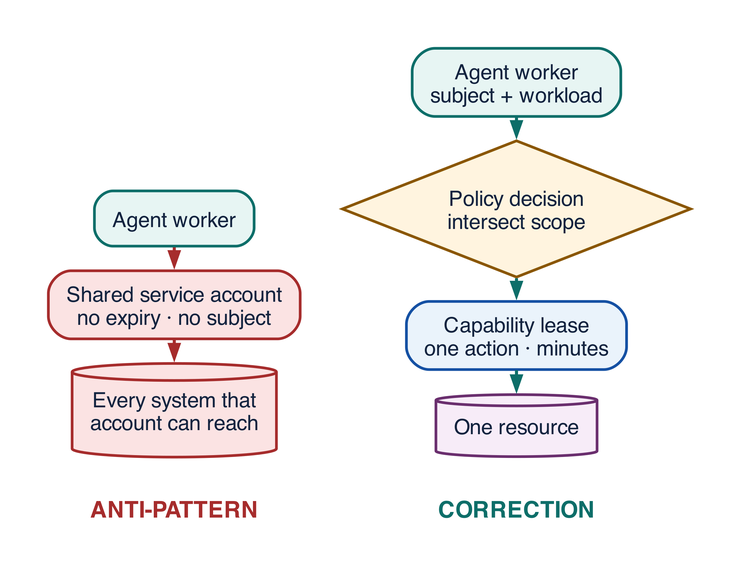
Above: assets/diagrams/anti-ambient-authority.png in rrahimi-uci/building-enterprise-general-intelligence (Graphviz), before the change. Its source is kept beside it as assets/diagrams/src/anti-ambient-authority.gv.
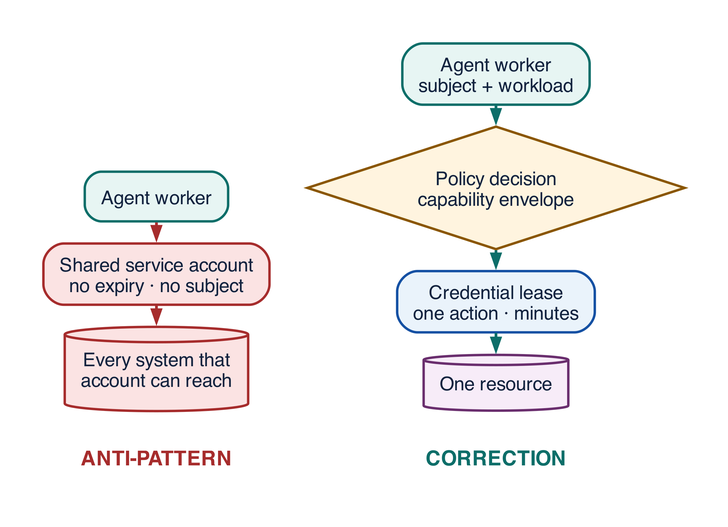
The same diagram one commit later.

Change to the diagram source:
```diff
@@ -14,8 +14,8 @@
   b2 [label="Shared service account\nno expiry · no subject", shape=box, style="filled,rounded", fillcolor="#FBE3E3", color="#A62C2C"]
   b3 [label="Every system that\naccount can reach", shape=cylinder, style=filled, fillcolor="#FBE3E3", color="#A62C2C"]
   g1 [label="Agent worker\nsubject + workload", shape=box, style="filled,rounded", fillcolor="#E7F5F3", color="#0D6E69"]
-  g2 [label="Policy decision\nintersect scope", shape=diamond, style=filled, fillcolor="#FFF4DF", color="#8A5600", height=0.62]
-  g3 [label="Capability lease\none action · minutes", shape=box, style="filled,rounded", fillcolor="#EAF3FB", color="#1450A3"]
+  g2 [label="Policy decision\ncapability envelope", shape=diamond, style=filled, fillcolor="#FFF4DF", color="#8A5600", height=0.62]
+  g3 [label="Credential lease\none action · minutes", shape=box, style="filled,rounded", fillcolor="#EAF3FB", color="#1450A3"]
   g4 [label="One resource", shape=cylinder, style=filled, fillcolor="#F7ECF8", color="#6A2E6E"]
 
   b1 -> b2 [color="#A62C2C", constraint=false]
```
